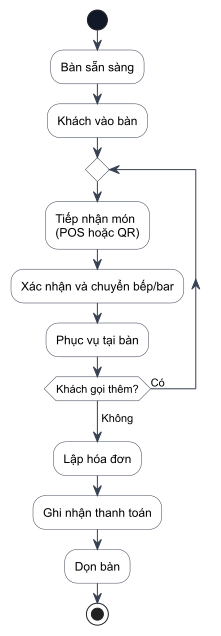
Earlier version of the PlantUML export docs/graduation-thesis-resources/thesis-report/assets/figures/chapter2-fnb-pos-lifecycle.png (quan-vo-dinh/saas-pos-microservices-qrtable). Its source is kept beside it as docs/graduation-thesis-resources/thesis-report/assets/diagrams/chapter2-fnb-pos-lifecycle.puml.
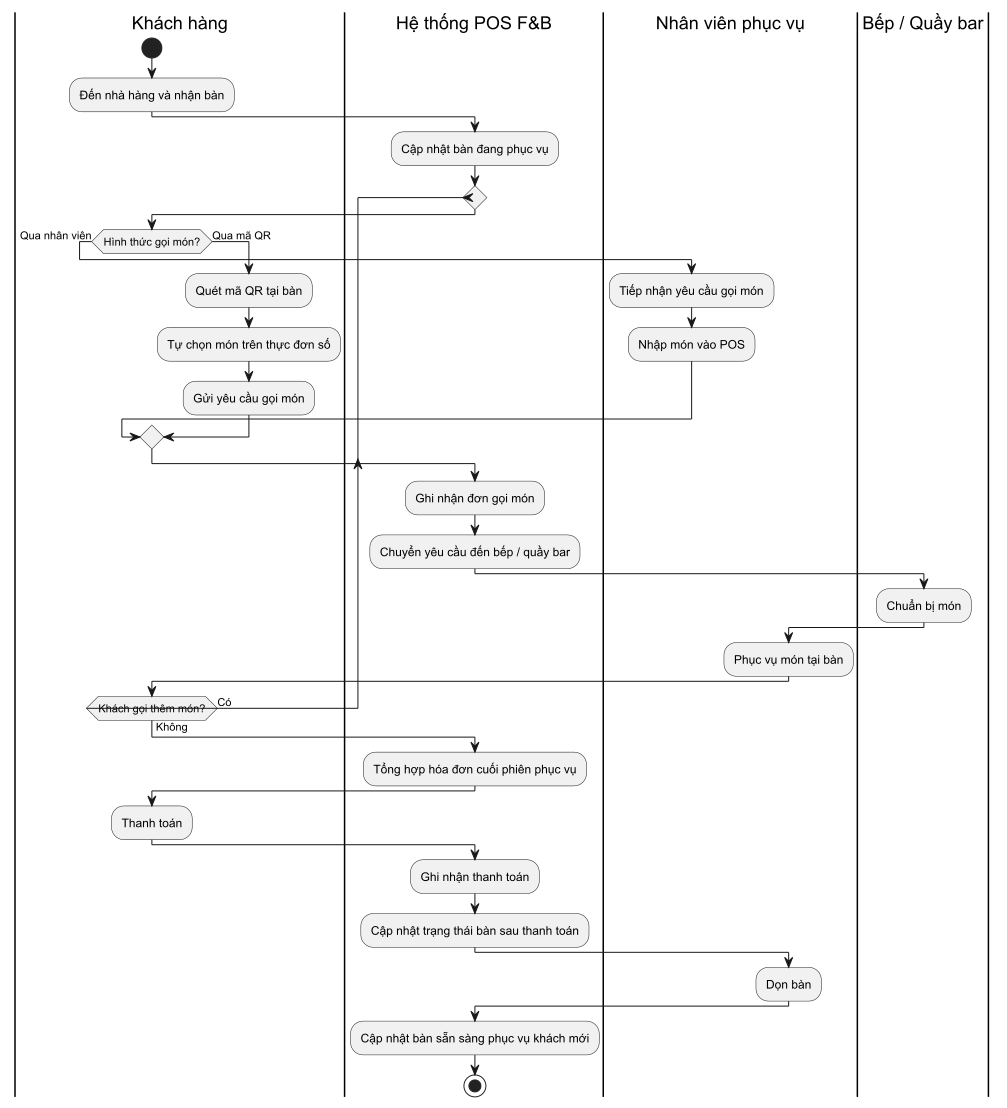
After the change.

What changed in the source:
```diff
@@ -1,31 +1,59 @@
 @startuml chapter2-fnb-pos-lifecycle
-skinparam backgroundColor #FFFFFF
+
 skinparam shadowing false
+skinparam backgroundColor white
 skinparam defaultFontName Arial
-skinparam handwritten false
-skinparam ArrowColor #374151
-skinparam activity {
-  BackgroundColor white
-  BorderColor #374151
-  StartColor #111827
-  EndColor #111827
-  DiamondBackgroundColor white
-  DiamondBorderColor #374151
-}
+skinparam monochrome true
 
+|Khách hàng|
 start
-:Bàn sẵn sàng;
-:Khách vào bàn;
+:Đến nhà hàng và nhận bàn;
+
+|Hệ thống POS F&B|
+:Cập nhật bàn đang phục vụ;
 
 repeat
-  :Tiếp nhận món\n(POS hoặc QR);
-  :Xác nhận và chuyển bếp/bar;
-  :Phục vụ tại bàn;
-repeat while (Khách gọi thêm?) is (Có)
--> Không;
+  |Khách hàng|
+  if (Hình thức gọi món?) then (Qua nhân viên)
+    |Nhân viên phục vụ|
+    :Tiếp nhận yêu cầu gọi món;
+    :Nhập món vào POS;
+  else (Qua mã QR)
+    |Khách hàng|
+    :Quét mã QR tại bàn;
+    :Tự chọn món trên thực đơn số;
+    :Gửi yêu cầu gọi món;
+  endif
 
-:Lập hóa đơn;
+  |Hệ thống POS F&B|
+  :Ghi nhận đơn gọi món;
+  :Chuyển yêu cầu đến bếp / quầy bar;
+
+  |Bếp / Quầy bar|
+  :Chuẩn bị món;
+
+  |Nhân viên phục vụ|
+  :Phục vụ món tại bàn;
+
+  |Khách hàng|
+repeat while (Khách gọi thêm món?) is (Có) not (Không)
+
+|Hệ thống POS F&B|
+:Tổng hợp hóa đơn cuối phiên phục vụ;
+
+|Khách hàng|
+:Thanh toán;
+
+|Hệ thống POS F&B|
 :Ghi nhận thanh toán;
+:Cập nhật trạng thái bàn sau thanh toán;
+
+|Nhân viên phục vụ|
 :Dọn bàn;
+
+|Hệ thống POS F&B|
+:Cập nhật bàn sẵn sàng phục vụ khách mới;
+
 stop
+
 @enduml
```
